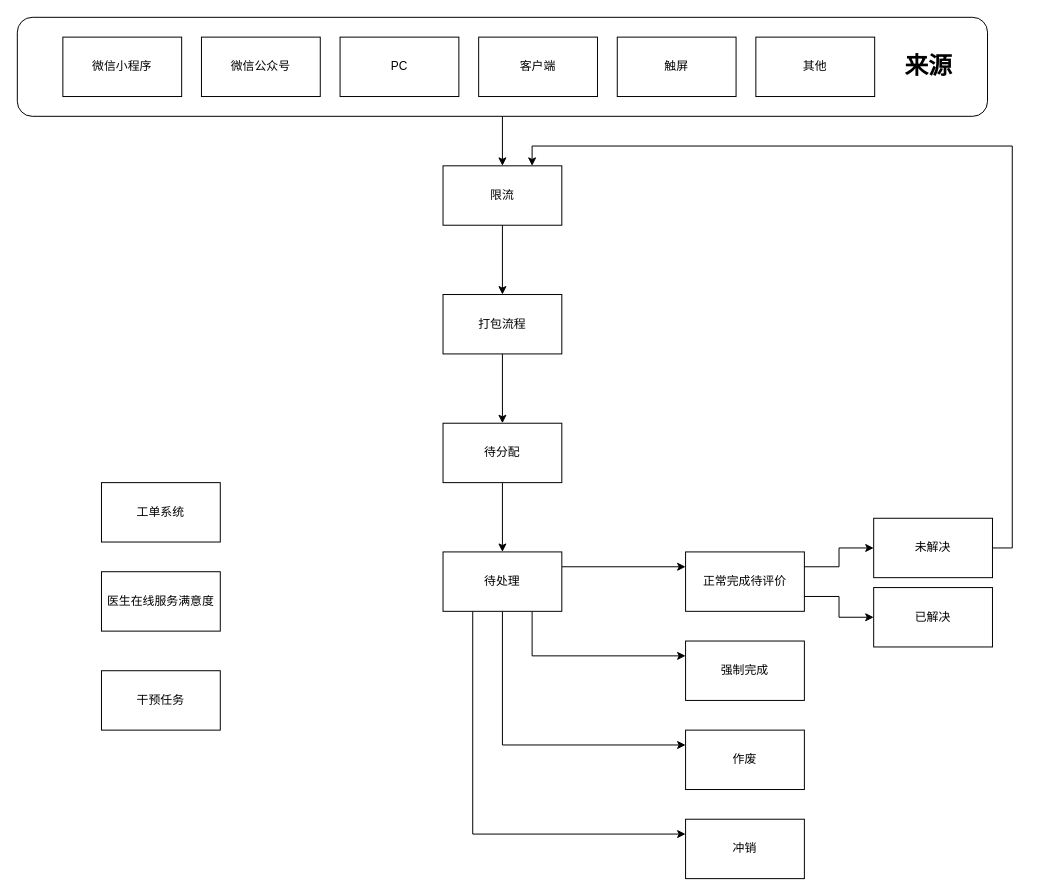
Before: 意见建议业务流程图.drawio in qq584686739/draw, a draw.io diagram. Source tidied: cells renumbered, new cells numbered last; positions are measured from the earlier drawing's top-left corner, leaving out a move shared by most shapes. Both pictures are drawn from the tidied source at 99%, with x=0, y=0 at pixel (17, 17).
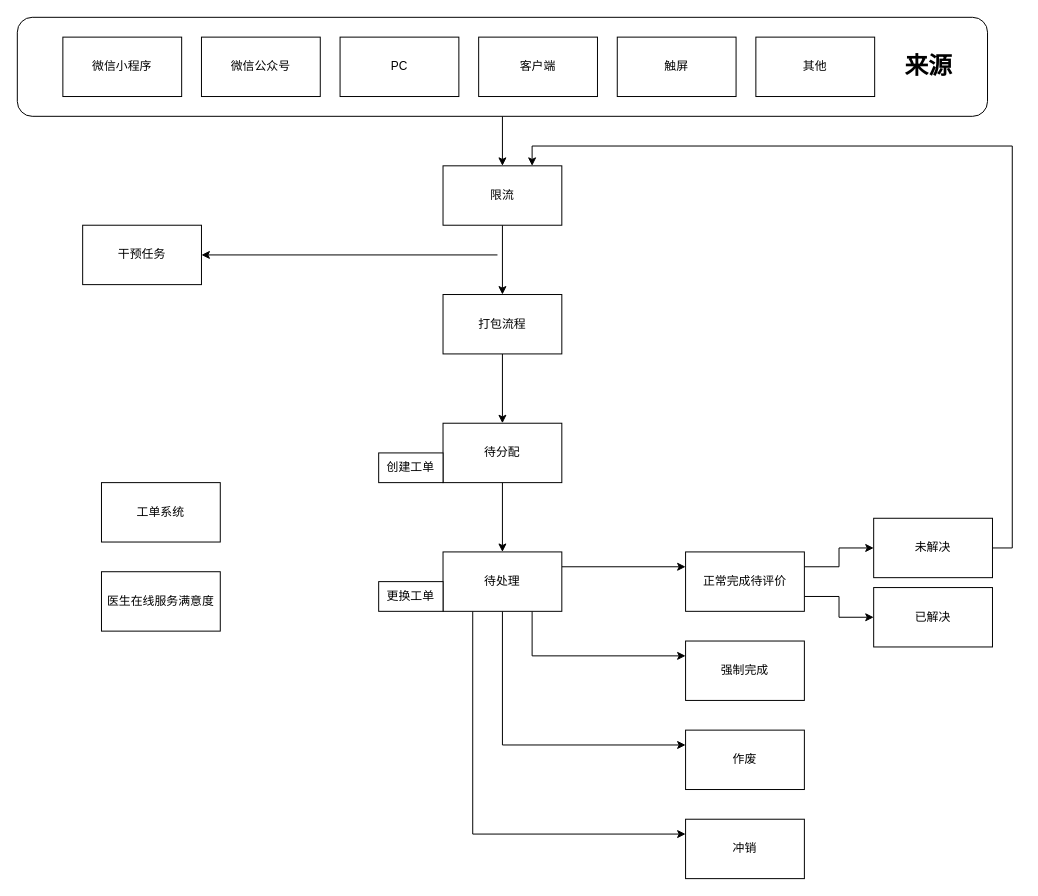
The same diagram, later.

Commit message:
Update 意见建议业务流程图.drawio

Change to the diagram source:
```diff
@@
     <mxCell id="30" value="干预任务" style="rounded=0;whiteSpace=wrap;html=1;" parent="1" vertex="1">
-      <mxGeometry x="85" y="660" width="120" height="60" as="geometry" />
+      <mxGeometry x="66" y="210" width="120" height="60" as="geometry" />
     </mxCell>
@@
+    <mxCell id="33" value="创建工单" style="rounded=0;whiteSpace=wrap;html=1;" parent="1" vertex="1">
+      <mxGeometry x="365" y="440" width="65" height="30" as="geometry" />
+    </mxCell>
+    <mxCell id="34" value="更换工单" style="rounded=0;whiteSpace=wrap;html=1;" parent="1" vertex="1">
+      <mxGeometry x="365" y="570" width="65" height="30" as="geometry" />
+    </mxCell>
+    <mxCell id="35" style="endArrow=classic;html=1;entryX=1;entryY=0.5;entryDx=0;entryDy=0;" parent="1" edge="1" target="30">
+      <mxGeometry relative="1" as="geometry">
+        <mxPoint x="485" y="240" as="sourcePoint" />
+      </mxGeometry>
+    </mxCell>
```
